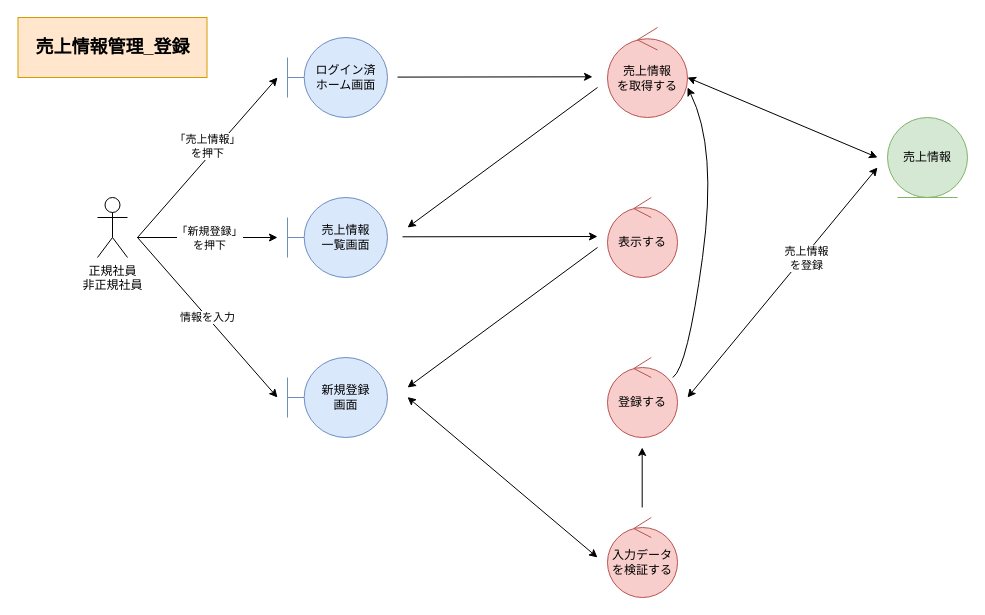
This is page "*売上_登録" (1 of 4) of 各種設計書/3ロバストネス図/商品情報管理/F11売上.drawio from HaruShim/Sotuken, a draw.io file, before an edit. Source tidied: cells renumbered, new cells numbered last; positions are measured from the earlier drawing's top-left corner, leaving out a move shared by most shapes. Both pictures are drawn from the tidied source at 100%, with x=0, y=0 at pixel (17, 17).
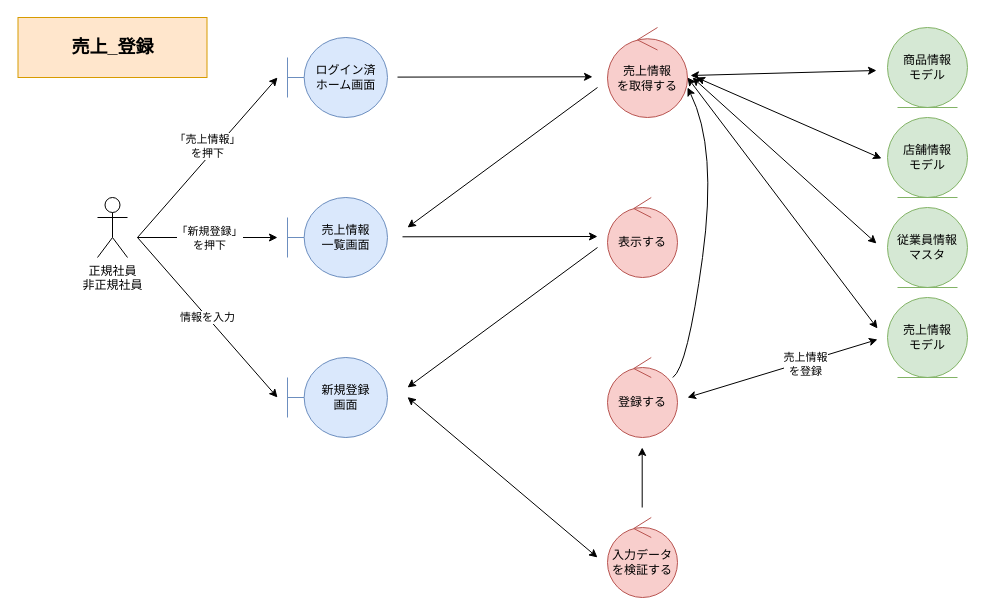
After the change.

Diff of the diagram source:
```diff
@@
-    <mxCell id="6" value="売上情報" style="ellipse;shape=umlEntity;whiteSpace=wrap;html=1;fillColor=#d5e8d4;strokeColor=#82b366;" parent="1" vertex="1">
+    <mxCell id="6" value="店舗情報&lt;br&gt;モデル" style="ellipse;shape=umlEntity;whiteSpace=wrap;html=1;fillColor=#d5e8d4;strokeColor=#82b366;" parent="1" vertex="1">
       <mxGeometry x="870" y="100" width="80" height="80" as="geometry" />
     </mxCell>
@@
     <mxCell id="15" style="endArrow=classic;html=1;rounded=0;startArrow=classic;startFill=1;" parent="1" edge="1">
       <mxGeometry relative="1" as="geometry">
         <mxPoint x="670" y="60" as="sourcePoint" />
-        <mxPoint x="860" y="140" as="targetPoint" />
+        <mxPoint x="860" y="311" as="targetPoint" />
       </mxGeometry>
     </mxCell>
@@
-    <mxCell id="23" style="endArrow=classic;html=1;rounded=0;strokeColor=default;labelBackgroundColor=default;fontColor=default;startArrow=classic;startFill=1;" parent="1" edge="1">
+    <mxCell id="23" style="endArrow=classic;html=1;rounded=0;labelBackgroundColor=default;fontColor=default;startArrow=classic;startFill=1;" parent="1" edge="1">
       <mxGeometry relative="1" as="geometry">
         <mxPoint x="670" y="380" as="sourcePoint" />
-        <mxPoint x="860" y="150" as="targetPoint" />
+        <mxPoint x="860" y="322" as="targetPoint" />
       </mxGeometry>
     </mxCell>
-    <mxCell id="24" value="売上情報&lt;br&gt;を登録" style="edgeLabel;html=1;align=center;verticalAlign=middle;fontColor=default;labelBackgroundColor=default;" parent="23" vertex="1">
+    <mxCell id="24" value="売上情報&lt;br&gt;を登録" style="edgeLabel;html=1;align=center;verticalAlign=middle;fontColor=default;labelBackgroundColor=#ffffff;" parent="23" vertex="1">
       <mxGeometry x="0.23" y="-2" relative="1" as="geometry" />
     </mxCell>
-    <mxCell id="25" value="売上情報管理_登録" style="rounded=0;whiteSpace=wrap;html=1;fillColor=#ffe6cc;strokeColor=#d79b00;fontStyle=1;fontSize=18;" parent="1" vertex="1">
+    <mxCell id="25" value="売上_登録" style="rounded=0;whiteSpace=wrap;html=1;fillColor=#ffe6cc;strokeColor=#d79b00;fontStyle=1;fontSize=18;" parent="1" vertex="1">
       <mxGeometry x="0.5" width="189" height="60" as="geometry" />
     </mxCell>
-    <mxCell id="26" style="endArrow=classic;html=1;rounded=0;labelBackgroundColor=default;fontColor=default;strokeColor=default;" parent="1" edge="1">
+    <mxCell id="26" style="endArrow=classic;html=1;rounded=0;labelBackgroundColor=default;fontColor=default;" parent="1" edge="1">
       <mxGeometry relative="1" as="geometry">
         <mxPoint x="624.7" y="490" as="sourcePoint" />
         <mxPoint x="624.7" y="430" as="targetPoint" />
       </mxGeometry>
     </mxCell>
-    <mxCell id="27" style="curved=1;endArrow=classic;html=1;rounded=0;strokeColor=default;labelBackgroundColor=default;fontColor=default;" parent="1" edge="1">
+    <mxCell id="27" style="curved=1;endArrow=classic;html=1;rounded=0;labelBackgroundColor=default;fontColor=default;" parent="1" edge="1">
       <mxGeometry relative="1" as="geometry">
         <mxPoint x="655.3" y="360" as="sourcePoint" />
         <mxPoint x="670" y="70" as="targetPoint" />
         <Array as="points">
           <mxPoint x="670" y="350" />
           <mxPoint x="700" y="130" />
         </Array>
       </mxGeometry>
     </mxCell>
+    <mxCell id="28" value="商品情報&lt;br&gt;モデル" style="ellipse;shape=umlEntity;whiteSpace=wrap;html=1;fillColor=#d5e8d4;strokeColor=#82b366;" parent="1" vertex="1">
+      <mxGeometry x="870" y="10" width="80" height="80" as="geometry" />
+    </mxCell>
+    <mxCell id="29" value="従業員情報&lt;br&gt;マスタ" style="ellipse;shape=umlEntity;whiteSpace=wrap;html=1;fillColor=#d5e8d4;strokeColor=#82b366;" parent="1" vertex="1">
+      <mxGeometry x="870" y="190" width="80" height="80" as="geometry" />
+    </mxCell>
+    <mxCell id="30" value="売上情報&lt;br&gt;モデル" style="ellipse;shape=umlEntity;whiteSpace=wrap;html=1;fillColor=#d5e8d4;strokeColor=#82b366;" parent="1" vertex="1">
+      <mxGeometry x="870" y="280" width="80" height="80" as="geometry" />
+    </mxCell>
+    <mxCell id="31" style="endArrow=classic;html=1;rounded=0;startArrow=classic;startFill=1;" parent="1" edge="1">
+      <mxGeometry relative="1" as="geometry">
+        <mxPoint x="859" y="53" as="sourcePoint" />
+        <mxPoint x="673" y="58" as="targetPoint" />
+      </mxGeometry>
+    </mxCell>
+    <mxCell id="32" style="endArrow=classic;html=1;rounded=0;startArrow=classic;startFill=1;" parent="1" edge="1">
+      <mxGeometry relative="1" as="geometry">
+        <mxPoint x="859" y="226" as="sourcePoint" />
+        <mxPoint x="675" y="60" as="targetPoint" />
+      </mxGeometry>
+    </mxCell>
+    <mxCell id="33" style="endArrow=classic;html=1;rounded=0;startArrow=classic;startFill=1;" parent="1" edge="1">
+      <mxGeometry relative="1" as="geometry">
+        <mxPoint x="864" y="141" as="sourcePoint" />
+        <mxPoint x="679" y="60" as="targetPoint" />
+      </mxGeometry>
+    </mxCell>
```
